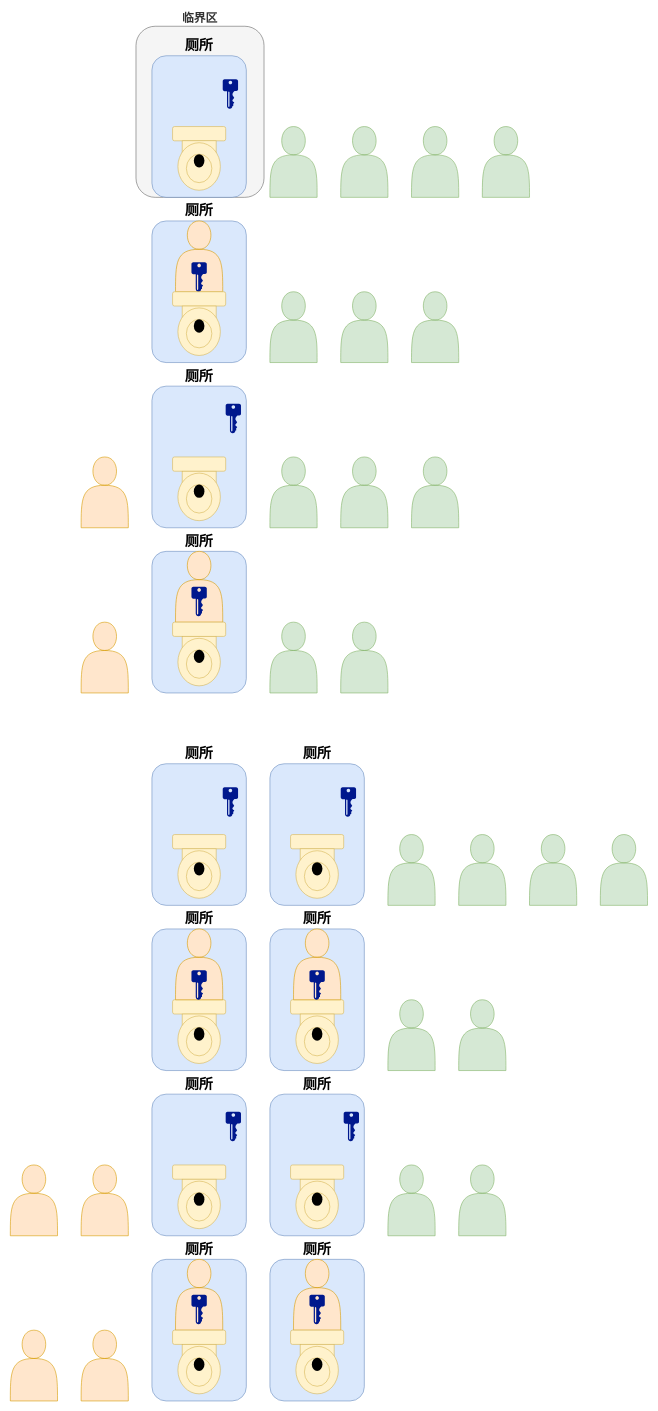
Before: page "加锁保护" (3 of 4) of 9-goroutine/goroutine.drawio in Zhouchaowen/golang-tutorial, a draw.io diagram. Source tidied: cells renumbered, new cells numbered last; positions are measured from the earlier drawing's top-left corner, leaving out a move shared by most shapes. Both pictures are drawn from the tidied source at 59%, with x=0, y=0 at pixel (10, 26).
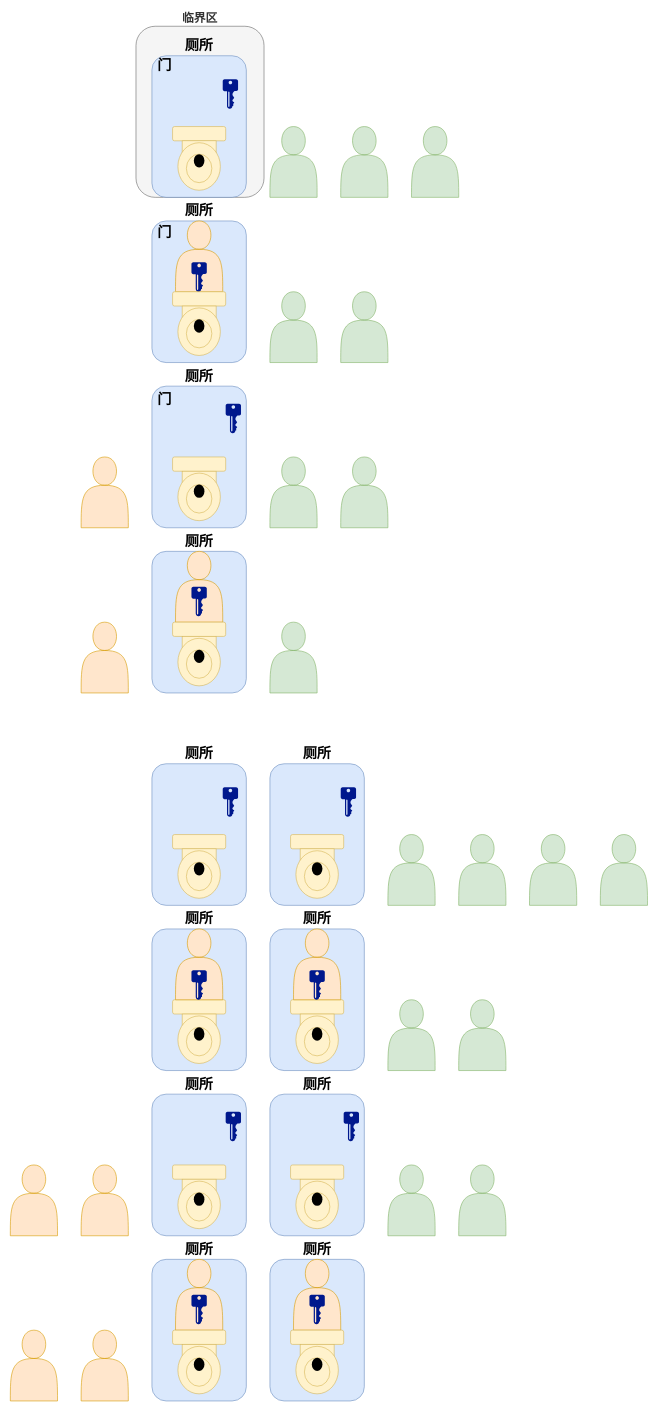
Above is the later version.

Change to the diagram source:
```diff
@@
-    <mxCell id="11" style="shape=actor;whiteSpace=wrap;html=1;fillColor=#d5e8d4;strokeColor=#82b366;" parent="1" vertex="1">
-      <mxGeometry x="680" y="450" width="80" height="120" as="geometry" />
-    </mxCell>
@@
-    <mxCell id="18" style="shape=actor;whiteSpace=wrap;html=1;fillColor=#d5e8d4;strokeColor=#82b366;" parent="1" vertex="1">
-      <mxGeometry x="680" y="730" width="80" height="120" as="geometry" />
-    </mxCell>
@@
-    <mxCell id="24" style="shape=actor;whiteSpace=wrap;html=1;fillColor=#d5e8d4;strokeColor=#82b366;" parent="1" vertex="1">
-      <mxGeometry x="560" y="1010" width="80" height="120" as="geometry" />
-    </mxCell>
@@
-    <mxCell id="78" style="shape=actor;whiteSpace=wrap;html=1;fillColor=#d5e8d4;strokeColor=#82b366;" parent="1" vertex="1">
-      <mxGeometry x="800" y="170" width="80" height="120" as="geometry" />
-    </mxCell>
@@
+    <mxCell id="81" value="&lt;b&gt;&lt;font style=&quot;font-size: 24px&quot;&gt;门&lt;/font&gt;&lt;/b&gt;" style="text;html=1;align=center;verticalAlign=middle;strokeColor=none;" parent="1" vertex="1">
+      <mxGeometry x="244" y="56" width="34" height="22" as="geometry" />
+    </mxCell>
+    <mxCell id="82" value="&lt;b&gt;&lt;font style=&quot;font-size: 24px&quot;&gt;门&lt;/font&gt;&lt;/b&gt;" style="text;html=1;align=center;verticalAlign=middle;strokeColor=none;" parent="1" vertex="1">
+      <mxGeometry x="244" y="338" width="34" height="22" as="geometry" />
+    </mxCell>
+    <mxCell id="83" value="&lt;b&gt;&lt;font style=&quot;font-size: 24px&quot;&gt;门&lt;/font&gt;&lt;/b&gt;" style="text;html=1;align=center;verticalAlign=middle;strokeColor=none;" parent="1" vertex="1">
+      <mxGeometry x="244" y="621" width="34" height="22" as="geometry" />
+    </mxCell>
```
